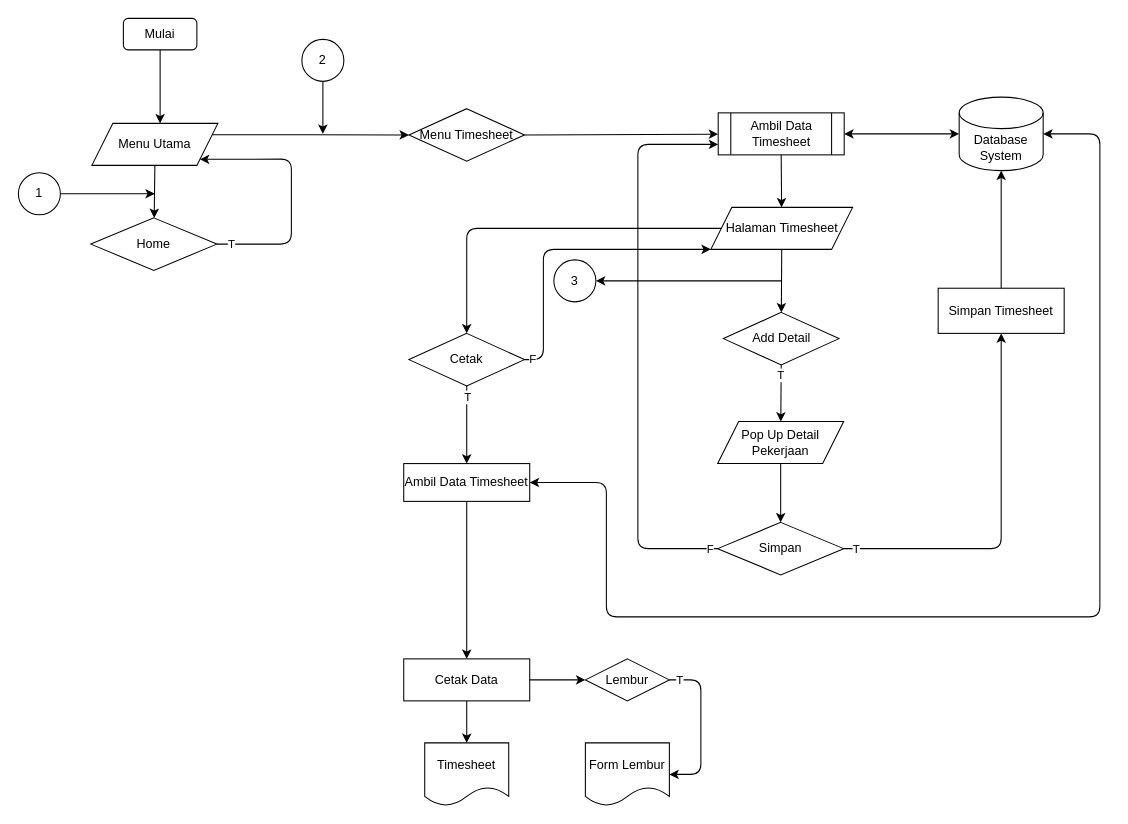
Earlier version of the draw.io diagram Untitled Diagram.drawio (andri000me/Aplikasi-IT1). Source tidied: cells renumbered, new cells numbered last; positions are measured from the earlier drawing's top-left corner, leaving out a move shared by most shapes. Both pictures are drawn from the tidied source at 105%, with x=0, y=0 at pixel (18, 18).
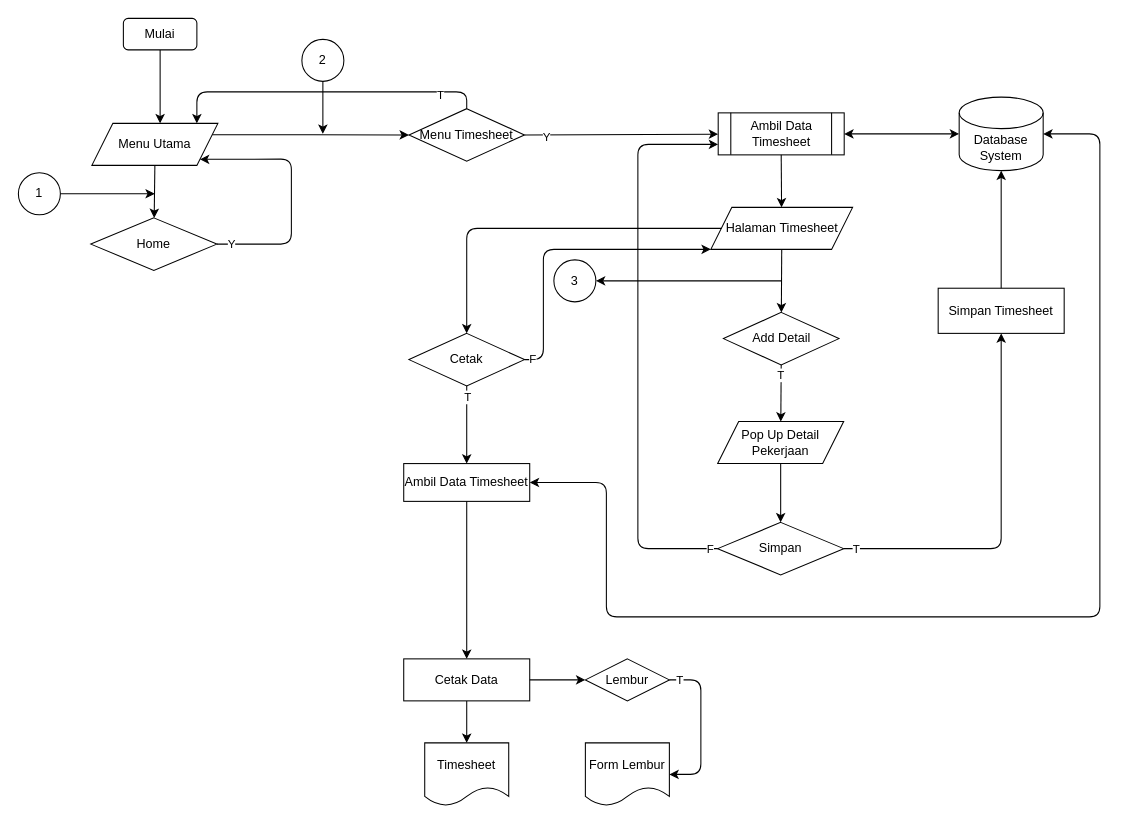
The same page after the edit.

The change refers to these unchanged cells:
```xml
<mxCell id="7" style="endArrow=classic;html=1;entryX=1;entryY=1;entryDx=0;entryDy=0;exitX=1;exitY=0.5;exitDx=0;exitDy=0;" parent="1" edge="1" source="6" target="5">
  <mxGeometry relative="1" as="geometry">
    <Array as="points">
      <mxPoint x="260" y="215" />
      <mxPoint x="260" y="134" />
    </Array>
  </mxGeometry>
</mxCell>
<mxCell id="12" value="Menu Timesheet" style="rhombus;whiteSpace=wrap;html=1;fillColor=#FFFFFF;" parent="1" vertex="1">
  <mxGeometry x="372" y="86" width="110" height="50" as="geometry" />
</mxCell>
<mxCell id="13" style="endArrow=classic;html=1;exitX=1;exitY=0.5;exitDx=0;exitDy=0;" parent="1" edge="1" source="12" target="16">
  <mxGeometry relative="1" as="geometry" />
</mxCell>
```

What changed in the source:
```diff
@@
-    <mxCell id="8" value="T" style="edgeLabel;html=1;align=center;verticalAlign=middle;" parent="7" vertex="1">
+    <mxCell id="8" value="Y" style="edgeLabel;html=1;align=center;verticalAlign=middle;" parent="7" vertex="1">
       <mxGeometry x="-0.89" y="1" relative="1" as="geometry" />
     </mxCell>
@@
+    <mxCell id="50" value="Y" style="edgeLabel;html=1;align=center;verticalAlign=middle;" parent="13" vertex="1">
+      <mxGeometry x="-0.78" y="-2" relative="1" as="geometry" />
+    </mxCell>
@@
+    <mxCell id="51" style="endArrow=classic;html=1;exitX=0.5;exitY=0;exitDx=0;exitDy=0;" parent="1" edge="1" source="12">
+      <mxGeometry relative="1" as="geometry">
+        <mxPoint x="170" y="100" as="targetPoint" />
+        <Array as="points">
+          <mxPoint x="427" y="70" />
+          <mxPoint x="170" y="70" />
+        </Array>
+      </mxGeometry>
+    </mxCell>
+    <mxCell id="52" value="T" style="edgeLabel;html=1;align=center;verticalAlign=middle;" parent="51" vertex="1">
+      <mxGeometry x="-0.73" y="2" relative="1" as="geometry">
+        <mxPoint x="-1" as="offset" />
+      </mxGeometry>
+    </mxCell>
```
